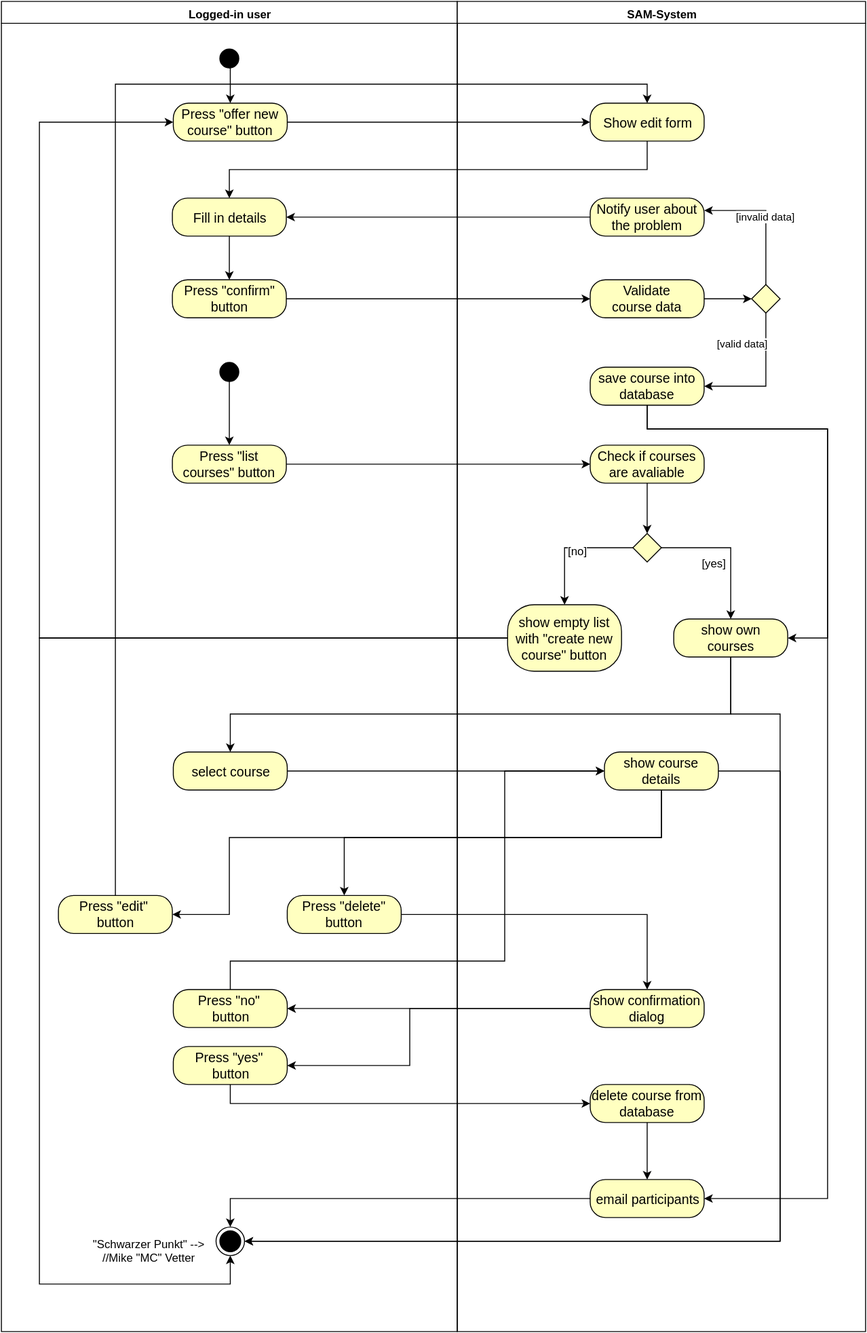
Eynorey/SAM keeps this draw.io diagram as uploads/activity_diagrams/ad_manage-course.svg. Above is the earlier version. Source tidied: cells renumbered, new cells last; positions are measured from the earlier drawing's top-left corner, leaving out a move shared by most shapes.
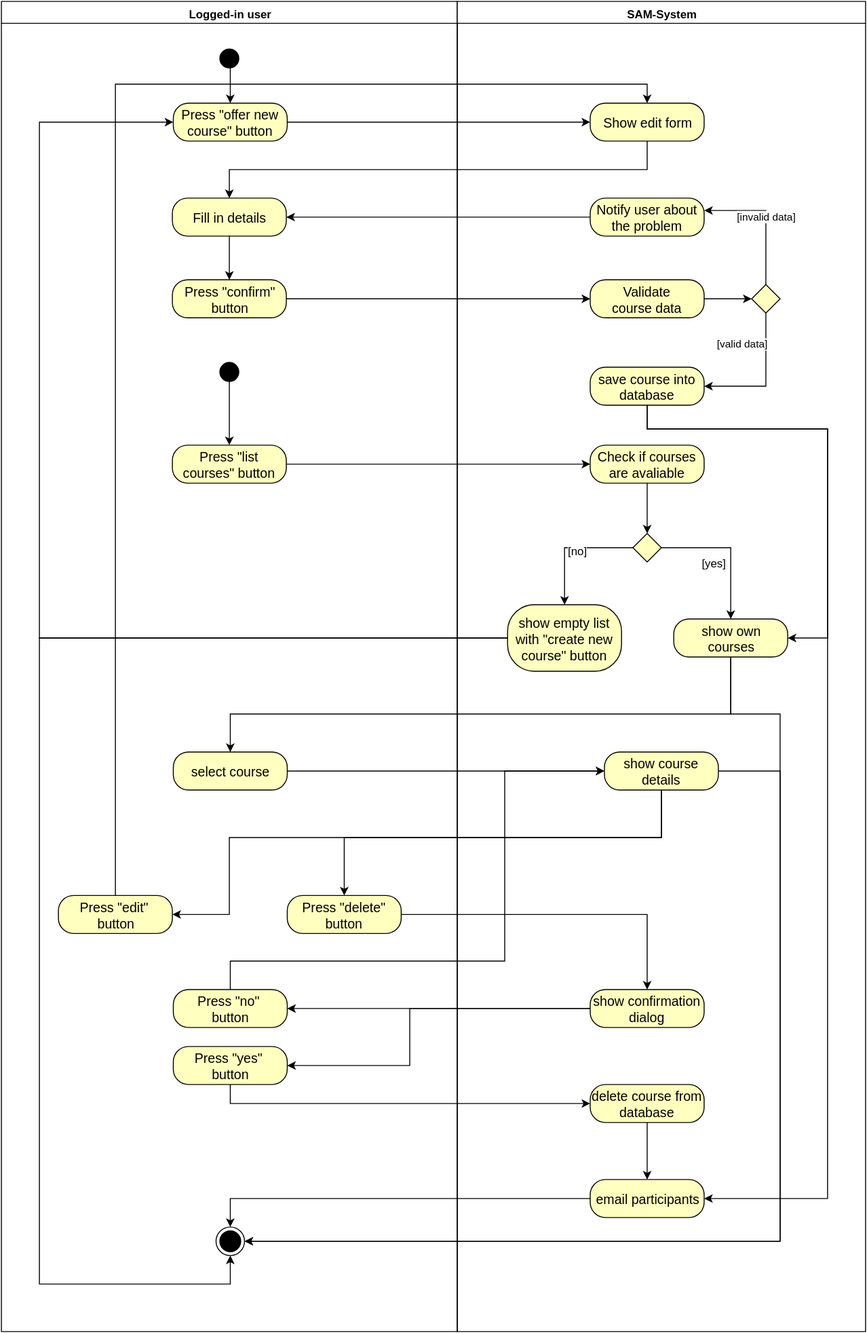
After the commit.

Commit message:
Updated Activity diagram

Change to the diagram source:
```diff
@@ -1,4 +1,4 @@
-<mxGraphModel>
+<mxGraphModel background="#ffffff">
   <root>
     <mxCell id="0" style="html=1;" />
     <mxCell id="1" style="html=1;" parent="0" />
@@ -38,9 +38,6 @@
     <mxCell id="13" value="&lt;div&gt;Press &quot;yes&quot;&amp;nbsp;&lt;/div&gt;&lt;div&gt;button&lt;/div&gt;" style="rounded=1;whiteSpace=wrap;html=1;arcSize=40;fillColor=#ffffc0;strokeColor=#000000;fontSize=14;" parent="2" vertex="1">
       <mxGeometry x="181" y="1100" width="120" height="40" as="geometry" />
     </mxCell>
-    <mxCell id="14" value="&lt;div&gt;&quot;Schwarzer Punkt&quot; --&amp;gt;&lt;/div&gt;&lt;div&gt;//Mike &quot;MC&quot;&amp;nbsp;Vetter&lt;/div&gt;" style="text;html=1;strokeColor=none;fillColor=none;align=center;verticalAlign=middle;whiteSpace=wrap;" parent="2" vertex="1">
-      <mxGeometry x="90" y="1305" width="130" height="20" as="geometry" />
-    </mxCell>
     <mxCell id="15" style="edgeStyle=orthogonalEdgeStyle;rounded=0;html=1;exitX=0.5;exitY=1;entryX=0.5;entryY=0;jettySize=auto;strokeColor=#000000;" parent="2" edge="1" source="17" target="5">
       <mxGeometry relative="1" as="geometry" />
     </mxCell>
@@ -290,13 +287,13 @@
         </Array>
       </mxGeometry>
     </mxCell>
-    <mxCell id="65" style="edgeStyle=orthogonalEdgeStyle;rounded=0;html=1;jettySize=auto;strokeColor=#000000;" parent="1" edge="1" source="x" target="x">
+    <mxCell id="65" style="edgeStyle=orthogonalEdgeStyle;rounded=0;html=1;jettySize=auto;orthogonalLoop=1;strokeColor=#000000;" parent="1" edge="1">
       <mxGeometry relative="1" as="geometry" />
     </mxCell>
-    <mxCell id="66" style="edgeStyle=orthogonalEdgeStyle;rounded=0;html=1;jettySize=auto;strokeColor=#000000;" parent="1" edge="1" source="x" target="x">
+    <mxCell id="66" style="edgeStyle=orthogonalEdgeStyle;rounded=0;html=1;jettySize=auto;orthogonalLoop=1;strokeColor=#000000;" parent="1" edge="1">
       <mxGeometry relative="1" as="geometry" />
     </mxCell>
-    <mxCell id="67" style="edgeStyle=orthogonalEdgeStyle;rounded=0;html=1;jettySize=auto;strokeColor=#000000;" parent="1" edge="1" source="x" target="x">
+    <mxCell id="67" style="edgeStyle=orthogonalEdgeStyle;rounded=0;html=1;jettySize=auto;orthogonalLoop=1;strokeColor=#000000;" parent="1" edge="1">
       <mxGeometry relative="1" as="geometry" />
     </mxCell>
   </root>
```
